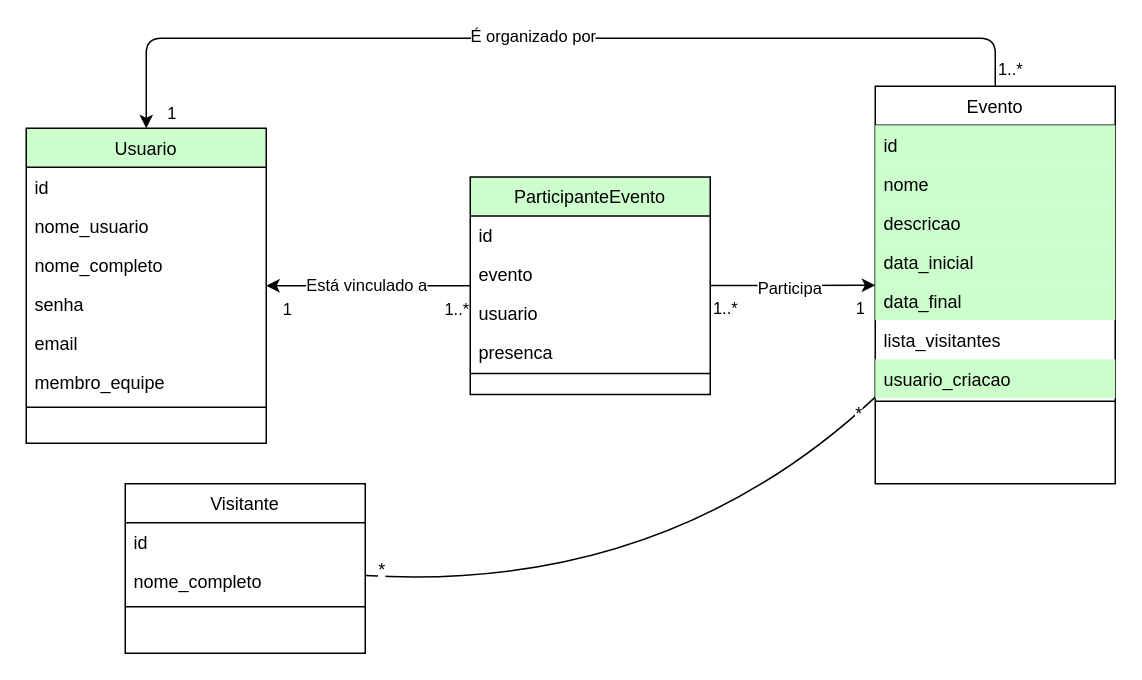
Above: artefatos/diagrama_modelo_logico_dados.drawio in EricSantosdm/Sistema-de-Registro-de-Presenca-SRP (draw.io), before the change. Source tidied: cells renumbered, new cells numbered last; positions are measured from the earlier drawing's top-left corner, leaving out a move shared by most shapes. Both pictures are drawn from the tidied source at 150%, with x=0, y=0 at pixel (26, 38).
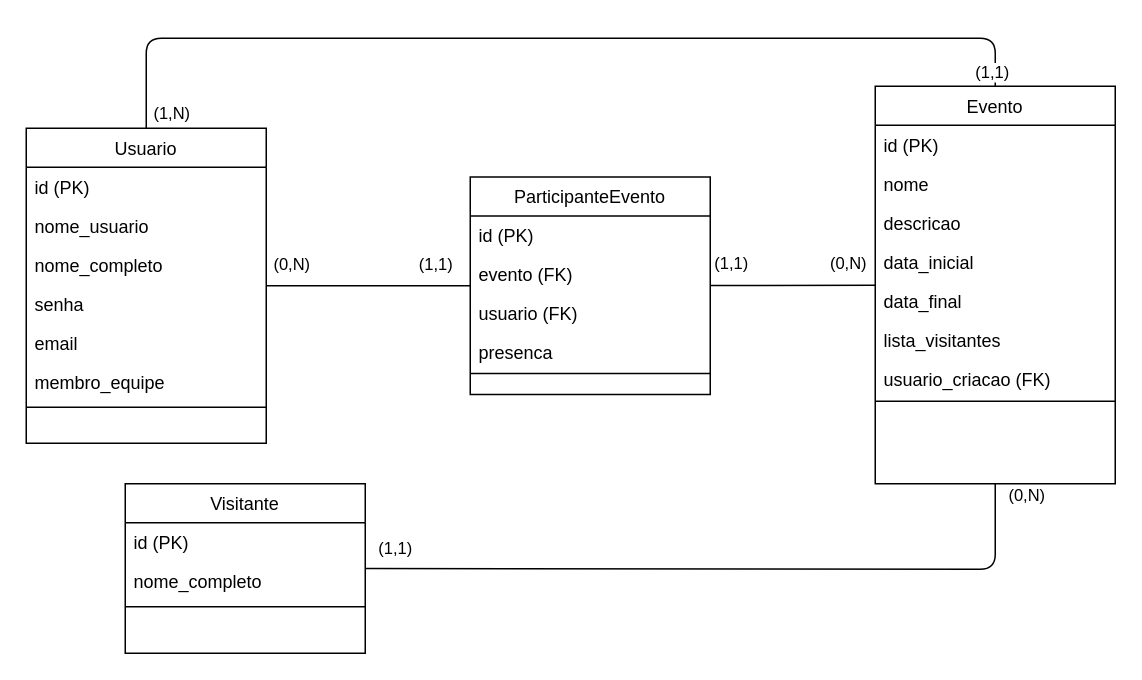
Above is the later version.

Commit message:
feat: Diagrama de modelo lógico de dados

Unchanged cells that the change refers to:
```xml
<mxCell id="9" value="Evento" style="swimlane;fontStyle=0;align=center;verticalAlign=top;horizontal=1;startSize=26;rounded=0;shadow=0;strokeWidth=1;" parent="1" vertex="1">
  <mxGeometry x="566" y="32" width="160" height="265" as="geometry" />
</mxCell>
<mxCell id="26" value="Visitante" style="swimlane;fontStyle=0;align=center;verticalAlign=top;horizontal=1;startSize=26;rounded=0;shadow=0;strokeWidth=1;" parent="1" vertex="1">
  <mxGeometry x="66" y="297" width="160" height="113" as="geometry" />
</mxCell>
```

Diff of the diagram source:
```diff
@@
-    <mxCell id="2" style="edgeStyle=none;curved=1;rounded=0;jettySize=auto;html=1;fontSize=12;startSize=8;endSize=8;endArrow=none;endFill=0;" parent="1" edge="1" source="9" target="26">
-      <mxGeometry relative="1" as="geometry">
-        <Array as="points">
-          <mxPoint x="426" y="370" />
-        </Array>
-      </mxGeometry>
-    </mxCell>
-    <mxCell id="3" value="*" style="edgeLabel;html=1;align=center;verticalAlign=middle;fontSize=12;" parent="2" vertex="1">
-      <mxGeometry x="0.53" y="-5" relative="1" as="geometry">
-        <mxPoint x="-82" y="-4" as="offset" />
-      </mxGeometry>
-    </mxCell>
-    <mxCell id="4" value="*" style="edgeLabel;html=1;align=center;verticalAlign=middle;fontSize=12;" parent="2" vertex="1">
-      <mxGeometry x="-0.89" y="-5" relative="1" as="geometry">
-        <mxPoint x="8" as="offset" />
-      </mxGeometry>
-    </mxCell>
-    <mxCell id="5" style="edgeStyle=none;html=1;" parent="1" edge="1" source="9" target="18">
-      <mxGeometry relative="1" as="geometry">
-        <Array as="points">
-          <mxPoint x="646" />
-          <mxPoint x="366" />
-          <mxPoint x="80" />
-        </Array>
-      </mxGeometry>
-    </mxCell>
-    <mxCell id="6" value="É organizado por" style="edgeLabel;html=1;align=center;verticalAlign=middle;" parent="5" vertex="1">
-      <mxGeometry x="0.04" y="-2" relative="1" as="geometry">
-        <mxPoint x="1" as="offset" />
-      </mxGeometry>
-    </mxCell>
-    <mxCell id="7" value="1..*" style="edgeLabel;html=1;align=center;verticalAlign=middle;" parent="5" vertex="1">
-      <mxGeometry x="-0.79" y="-1" relative="1" as="geometry">
-        <mxPoint x="46" y="21" as="offset" />
-      </mxGeometry>
-    </mxCell>
-    <mxCell id="8" value="1" style="edgeLabel;html=1;align=center;verticalAlign=middle;" parent="5" vertex="1">
-      <mxGeometry x="0.94" y="1" relative="1" as="geometry">
-        <mxPoint x="15" y="9" as="offset" />
+    <mxCell id="8" style="edgeStyle=none;html=1;endArrow=none;endFill=0;" parent="1" edge="1" source="9" target="18">
+      <mxGeometry relative="1" as="geometry">
+        <Array as="points">
+          <mxPoint x="646" />
+          <mxPoint x="366" />
+          <mxPoint x="80" />
+        </Array>
       </mxGeometry>
     </mxCell>
+    <mxCell id="44" value="(1,N)" style="edgeLabel;html=1;align=center;verticalAlign=middle;" parent="8" vertex="1">
+      <mxGeometry x="0.95" y="-3" relative="1" as="geometry">
+        <mxPoint x="19" y="5" as="offset" />
+      </mxGeometry>
+    </mxCell>
+    <mxCell id="45" value="(1,1)" style="edgeLabel;html=1;align=center;verticalAlign=middle;" parent="8" vertex="1">
+      <mxGeometry x="-0.97" y="3" relative="1" as="geometry" />
+    </mxCell>
+    <mxCell id="46" style="edgeStyle=none;html=1;endArrow=none;endFill=0;" parent="1" edge="1" source="9" target="38">
+      <mxGeometry relative="1" as="geometry" />
+    </mxCell>
+    <mxCell id="47" value="(1,1)" style="edgeLabel;html=1;align=center;verticalAlign=middle;" parent="46" vertex="1">
+      <mxGeometry x="0.77" y="1" relative="1" as="geometry">
+        <mxPoint y="-16" as="offset" />
+      </mxGeometry>
+    </mxCell>
+    <mxCell id="48" value="(0,N)" style="edgeLabel;html=1;align=center;verticalAlign=middle;" parent="46" vertex="1">
+      <mxGeometry x="-0.66" y="1" relative="1" as="geometry">
+        <mxPoint y="-16" as="offset" />
+      </mxGeometry>
+    </mxCell>
@@
-    <mxCell id="10" value="id" style="text;align=left;verticalAlign=top;spacingLeft=4;spacingRight=4;overflow=hidden;fillColor=#CCFFCC;" parent="9" vertex="1">
+    <mxCell id="10" value="id (PK)" style="text;align=left;verticalAlign=top;spacingLeft=4;spacingRight=4;overflow=hidden;fillColor=none;" parent="9" vertex="1">
       <mxGeometry y="26" width="160" height="26" as="geometry" />
     </mxCell>
-    <mxCell id="11" value="nome" style="text;align=left;verticalAlign=top;spacingLeft=4;spacingRight=4;overflow=hidden;rounded=0;shadow=0;html=0;fillColor=#CCFFCC;" parent="9" vertex="1">
+    <mxCell id="11" value="nome" style="text;align=left;verticalAlign=top;spacingLeft=4;spacingRight=4;overflow=hidden;rounded=0;shadow=0;html=0;fillColor=none;" parent="9" vertex="1">
       <mxGeometry y="52" width="160" height="26" as="geometry" />
     </mxCell>
-    <mxCell id="12" value="descricao" style="text;align=left;verticalAlign=top;spacingLeft=4;spacingRight=4;overflow=hidden;rounded=0;shadow=0;html=0;fillColor=#CCFFCC;" parent="9" vertex="1">
+    <mxCell id="12" value="descricao" style="text;align=left;verticalAlign=top;spacingLeft=4;spacingRight=4;overflow=hidden;rounded=0;shadow=0;html=0;fillColor=none;" parent="9" vertex="1">
       <mxGeometry y="78" width="160" height="26" as="geometry" />
     </mxCell>
-    <mxCell id="13" value="data_inicial" style="text;align=left;verticalAlign=top;spacingLeft=4;spacingRight=4;overflow=hidden;rounded=0;shadow=0;html=0;fillColor=#CCFFCC;" parent="9" vertex="1">
+    <mxCell id="13" value="data_inicial" style="text;align=left;verticalAlign=top;spacingLeft=4;spacingRight=4;overflow=hidden;rounded=0;shadow=0;html=0;fillColor=none;" parent="9" vertex="1">
       <mxGeometry y="104" width="160" height="26" as="geometry" />
     </mxCell>
-    <mxCell id="14" value="data_final" style="text;align=left;verticalAlign=top;spacingLeft=4;spacingRight=4;overflow=hidden;rounded=0;shadow=0;html=0;fillColor=#CCFFCC;" parent="9" vertex="1">
+    <mxCell id="14" value="data_final" style="text;align=left;verticalAlign=top;spacingLeft=4;spacingRight=4;overflow=hidden;rounded=0;shadow=0;html=0;fillColor=none;" parent="9" vertex="1">
       <mxGeometry y="130" width="160" height="26" as="geometry" />
     </mxCell>
@@
-    <mxCell id="16" value="usuario_criacao" style="text;align=left;verticalAlign=top;spacingLeft=4;spacingRight=4;overflow=hidden;rounded=0;shadow=0;html=0;fillColor=#CCFFCC;" parent="9" vertex="1">
+    <mxCell id="16" value="usuario_criacao (FK)" style="text;align=left;verticalAlign=top;spacingLeft=4;spacingRight=4;overflow=hidden;rounded=0;shadow=0;html=0;fillColor=none;" parent="9" vertex="1">
       <mxGeometry y="182" width="160" height="26" as="geometry" />
     </mxCell>
@@
-    <mxCell id="18" value="Usuario" style="swimlane;fontStyle=0;align=center;verticalAlign=top;horizontal=1;startSize=26;rounded=0;shadow=0;strokeWidth=1;fillColor=#CCFFCC;" parent="1" vertex="1">
+    <mxCell id="18" value="Usuario" style="swimlane;fontStyle=0;align=center;verticalAlign=top;horizontal=1;startSize=26;rounded=0;shadow=0;strokeWidth=1;fillColor=none;" parent="1" vertex="1">
       <mxGeometry y="60" width="160" height="210" as="geometry" />
     </mxCell>
-    <mxCell id="19" value="id" style="text;align=left;verticalAlign=top;spacingLeft=4;spacingRight=4;overflow=hidden;" parent="18" vertex="1">
+    <mxCell id="19" value="id (PK)" style="text;align=left;verticalAlign=top;spacingLeft=4;spacingRight=4;overflow=hidden;" parent="18" vertex="1">
       <mxGeometry y="26" width="160" height="26" as="geometry" />
     </mxCell>
@@
+    <mxCell id="49" style="edgeStyle=none;html=1;endArrow=none;endFill=0;" parent="1" edge="1" source="26" target="9">
+      <mxGeometry relative="1" as="geometry">
+        <Array as="points">
+          <mxPoint x="646" y="354" />
+        </Array>
+      </mxGeometry>
+    </mxCell>
+    <mxCell id="50" value="(1,1)" style="edgeLabel;html=1;align=center;verticalAlign=middle;" parent="49" vertex="1">
+      <mxGeometry x="-0.92" y="1" relative="1" as="geometry">
+        <mxPoint y="-13" as="offset" />
+      </mxGeometry>
+    </mxCell>
+    <mxCell id="51" value="(0,N)" style="edgeLabel;html=1;align=center;verticalAlign=middle;" parent="49" vertex="1">
+      <mxGeometry x="0.97" y="-3" relative="1" as="geometry">
+        <mxPoint x="17" as="offset" />
+      </mxGeometry>
+    </mxCell>
@@
-    <mxCell id="27" value="id" style="text;align=left;verticalAlign=top;spacingLeft=4;spacingRight=4;overflow=hidden;" parent="26" vertex="1">
+    <mxCell id="27" value="id (PK)" style="text;align=left;verticalAlign=top;spacingLeft=4;spacingRight=4;overflow=hidden;" parent="26" vertex="1">
       <mxGeometry y="26" width="160" height="26" as="geometry" />
     </mxCell>
@@
-    <mxCell id="30" style="edgeStyle=none;html=1;" parent="1" edge="1" source="38" target="9">
-      <mxGeometry relative="1" as="geometry" />
-    </mxCell>
-    <mxCell id="31" value="1" style="edgeLabel;html=1;align=center;verticalAlign=middle;" parent="30" vertex="1">
-      <mxGeometry x="0.3" y="1" relative="1" as="geometry">
-        <mxPoint x="28" y="16" as="offset" />
-      </mxGeometry>
-    </mxCell>
-    <mxCell id="32" value="1..*" style="edgeLabel;html=1;align=center;verticalAlign=middle;" parent="30" vertex="1">
-      <mxGeometry x="0.15" y="2" relative="1" as="geometry">
-        <mxPoint x="-53" y="17" as="offset" />
-      </mxGeometry>
-    </mxCell>
-    <mxCell id="33" value="Participa" style="edgeLabel;html=1;align=center;verticalAlign=middle;" parent="30" vertex="1">
-      <mxGeometry x="-0.22" y="-2" relative="1" as="geometry">
-        <mxPoint x="9" as="offset" />
-      </mxGeometry>
-    </mxCell>
-    <mxCell id="34" style="edgeStyle=none;html=1;" parent="1" edge="1" source="38" target="18">
+    <mxCell id="34" style="edgeStyle=none;html=1;endArrow=none;endFill=0;" parent="1" edge="1" source="38" target="18">
       <mxGeometry relative="1" as="geometry" />
     </mxCell>
-    <mxCell id="35" value="Está vinculado a" style="edgeLabel;html=1;align=center;verticalAlign=middle;" parent="34" vertex="1">
-      <mxGeometry x="0.33" y="-1" relative="1" as="geometry">
-        <mxPoint x="20" as="offset" />
-      </mxGeometry>
-    </mxCell>
-    <mxCell id="36" value="1..*" style="edgeLabel;html=1;align=center;verticalAlign=middle;" parent="34" vertex="1">
-      <mxGeometry x="-0.8" relative="1" as="geometry">
-        <mxPoint x="4" y="15" as="offset" />
-      </mxGeometry>
-    </mxCell>
-    <mxCell id="37" value="1" style="edgeLabel;html=1;align=center;verticalAlign=middle;" parent="34" vertex="1">
-      <mxGeometry x="0.81" y="2" relative="1" as="geometry">
-        <mxPoint y="13" as="offset" />
-      </mxGeometry>
-    </mxCell>
+    <mxCell id="52" value="(0,N)" style="edgeLabel;html=1;align=center;verticalAlign=middle;" parent="34" vertex="1">
+      <mxGeometry x="0.82" y="2" relative="1" as="geometry">
+        <mxPoint x="4" y="-17" as="offset" />
+      </mxGeometry>
+    </mxCell>
+    <mxCell id="53" value="(1,1)" style="edgeLabel;html=1;align=center;verticalAlign=middle;" parent="34" vertex="1">
+      <mxGeometry x="-0.65" relative="1" as="geometry">
+        <mxPoint y="-15" as="offset" />
+      </mxGeometry>
+    </mxCell>
-    <mxCell id="38" value="ParticipanteEvento" style="swimlane;fontStyle=0;align=center;verticalAlign=top;horizontal=1;startSize=26;rounded=0;shadow=0;strokeWidth=1;fillColor=#CCFFCC;" parent="1" vertex="1">
+    <mxCell id="38" value="ParticipanteEvento" style="swimlane;fontStyle=0;align=center;verticalAlign=top;horizontal=1;startSize=26;rounded=0;shadow=0;strokeWidth=1;fillColor=none;" parent="1" vertex="1">
       <mxGeometry x="296" y="92.5" width="160" height="145" as="geometry" />
     </mxCell>
-    <mxCell id="39" value="id" style="text;align=left;verticalAlign=top;spacingLeft=4;spacingRight=4;overflow=hidden;" parent="38" vertex="1">
+    <mxCell id="39" value="id (PK)" style="text;align=left;verticalAlign=top;spacingLeft=4;spacingRight=4;overflow=hidden;" parent="38" vertex="1">
       <mxGeometry y="26" width="160" height="26" as="geometry" />
     </mxCell>
-    <mxCell id="40" value="evento" style="text;align=left;verticalAlign=top;spacingLeft=4;spacingRight=4;overflow=hidden;rounded=0;shadow=0;html=0;" parent="38" vertex="1">
+    <mxCell id="40" value="evento (FK)" style="text;align=left;verticalAlign=top;spacingLeft=4;spacingRight=4;overflow=hidden;rounded=0;shadow=0;html=0;" parent="38" vertex="1">
       <mxGeometry y="52" width="160" height="26" as="geometry" />
     </mxCell>
-    <mxCell id="41" value="usuario" style="text;align=left;verticalAlign=top;spacingLeft=4;spacingRight=4;overflow=hidden;rounded=0;shadow=0;html=0;" parent="38" vertex="1">
+    <mxCell id="41" value="usuario (FK)" style="text;align=left;verticalAlign=top;spacingLeft=4;spacingRight=4;overflow=hidden;rounded=0;shadow=0;html=0;" parent="38" vertex="1">
       <mxGeometry y="78" width="160" height="26" as="geometry" />
     </mxCell>
```
